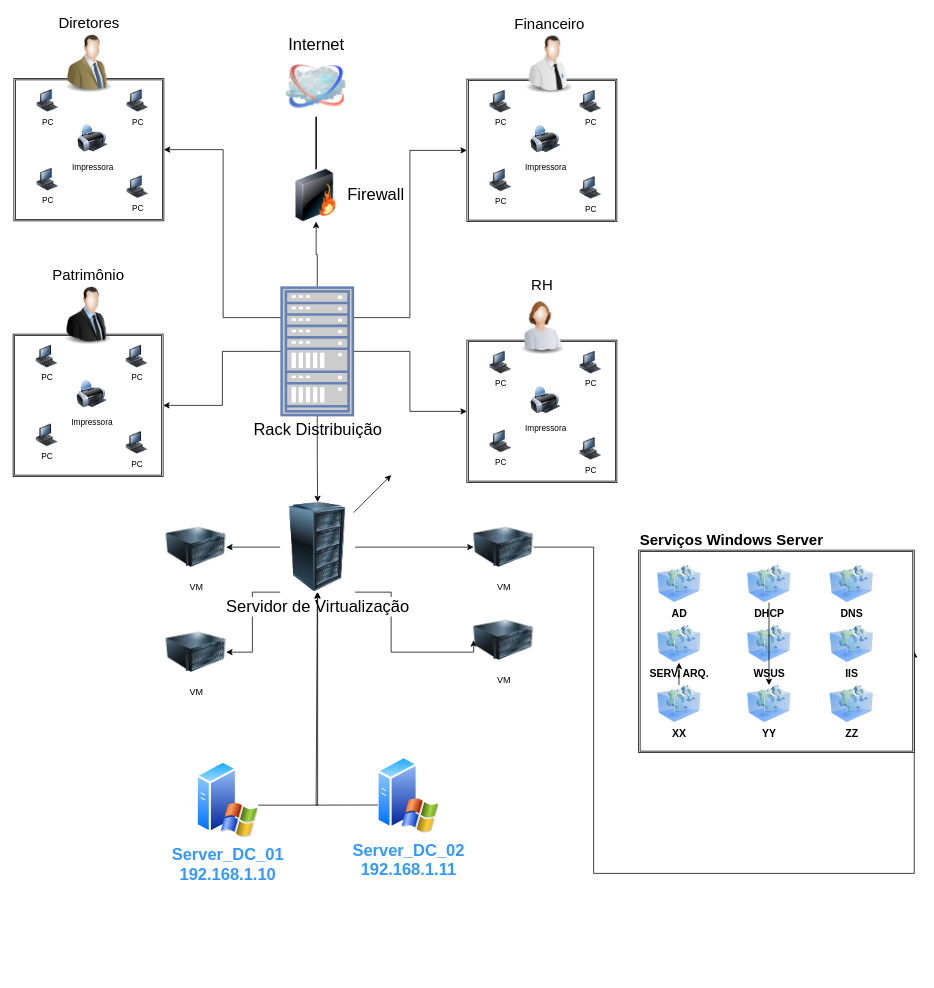
The draw.io diagram Projeto_Adm_Redes_Win.drawio in alexsilvan84/Administra-o-De-Redes-Microsoft-Windows, before the edit. Source tidied: cells renumbered, new cells numbered last; positions are measured from the earlier drawing's top-left corner, leaving out a move shared by most shapes. Both pictures are drawn from the tidied source at 75%, with x=0, y=0 at pixel (13, 33).
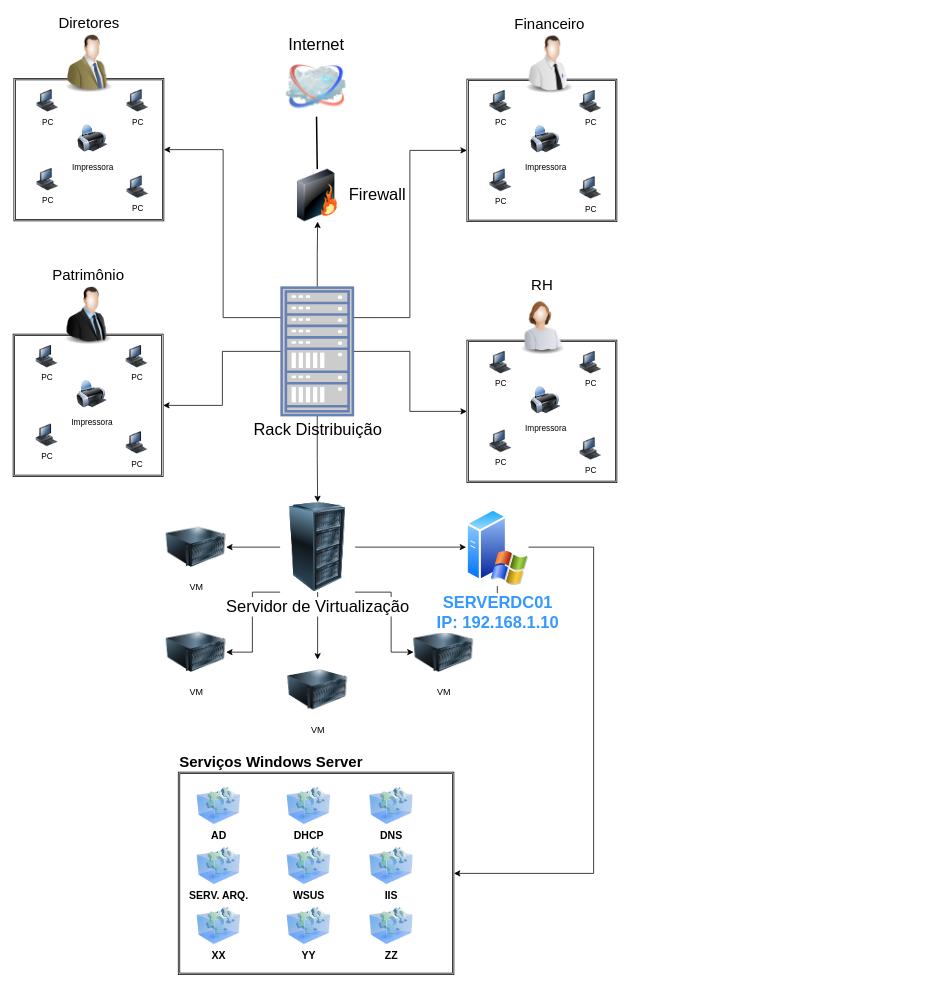
After the change.

The change refers to these unchanged cells:
```xml
<mxCell id="9" value="Servidor de Virtualização" style="image;html=1;image=img/lib/clip_art/computers/Server_Rack_128x128.png;fontSize=22;" parent="1" vertex="1">
  <mxGeometry x="356" y="625" width="100" height="120" as="geometry" />
</mxCell>
<mxCell id="14" style="shape=ext;double=1;rounded=0;whiteSpace=wrap;html=1;" parent="13" vertex="1">
  <mxGeometry width="200" height="190" as="geometry" />
</mxCell>
<mxCell id="21" style="shape=ext;double=1;rounded=0;whiteSpace=wrap;html=1;" parent="20" vertex="1">
  <mxGeometry width="200" height="190" as="geometry" />
</mxCell>
<mxCell id="28" style="shape=ext;double=1;rounded=0;whiteSpace=wrap;html=1;" parent="27" vertex="1">
  <mxGeometry width="200" height="190" as="geometry" />
</mxCell>
<mxCell id="35" style="shape=ext;double=1;rounded=0;whiteSpace=wrap;html=1;" parent="34" vertex="1">
  <mxGeometry width="200" height="190" as="geometry" />
</mxCell>
```

The edit, as a diff of the source:
```diff
@@
     <mxCell id="4" value="Firewall" style="image;html=1;labelBackgroundColor=#ffffff;image=img/lib/clip_art/networking/Firewall_128x128.png;rounded=1;shadow=0;comic=0;strokeWidth=2;fontSize=22;labelPosition=right;verticalLabelPosition=middle;align=left;verticalAlign=middle;" parent="1" vertex="1">
-      <mxGeometry x="364" y="181" width="80" height="70" as="geometry" />
+      <mxGeometry x="366" y="181" width="80" height="70" as="geometry" />
     </mxCell>
@@
+    <mxCell id="72" style="edgeStyle=orthogonalEdgeStyle;rounded=0;jettySize=auto;html=1;" parent="1" edge="1" source="9" target="47">
+      <mxGeometry relative="1" as="geometry" />
+    </mxCell>
@@
+    <mxCell id="55" value="VM" style="image;html=1;image=img/lib/clip_art/computers/Server_128x128.png;" parent="1" vertex="1">
+      <mxGeometry x="366" y="835" width="80" height="80" as="geometry" />
+    </mxCell>
     <mxCell id="10" value="VM" style="image;html=1;image=img/lib/clip_art/computers/Server_128x128.png;" parent="1" vertex="1">
-      <mxGeometry x="614" y="769" width="80" height="80" as="geometry" />
+      <mxGeometry x="534" y="785" width="80" height="80" as="geometry" />
     </mxCell>
@@
-    <mxCell id="45" style="edgeStyle=orthogonalEdgeStyle;rounded=0;jettySize=auto;html=1;entryX=1;entryY=0.5;entryDx=0;entryDy=0;exitX=1;exitY=0.5;exitDx=0;exitDy=0;" parent="1" edge="1" source="55" target="57">
-      <mxGeometry relative="1" as="geometry">
-        <Array as="points">
-          <mxPoint x="774" y="685" />
-          <mxPoint x="774" y="1120" />
-        </Array>
-      </mxGeometry>
-    </mxCell>
-    <mxCell id="46" style="edgeStyle=orthogonalEdgeStyle;rounded=0;jettySize=auto;html=1;entryX=0.5;entryY=1;entryDx=0;entryDy=0;" parent="1" edge="1" source="47" target="9">
-      <mxGeometry relative="1" as="geometry">
-        <Array as="points">
-          <mxPoint x="406" y="1029" />
-        </Array>
-      </mxGeometry>
-    </mxCell>
-    <mxCell id="47" value="&lt;font style=&quot;font-size: 22px;&quot; color=&quot;#3399ff&quot;&gt;&lt;b&gt;Server_DC_01&lt;/b&gt;&lt;/font&gt;&lt;div&gt;&lt;font style=&quot;font-size: 22px;&quot; color=&quot;#3399ff&quot;&gt;&lt;b&gt;192.168.1.10&lt;/b&gt;&lt;/font&gt;&lt;/div&gt;" style="image;perimeter=ellipsePerimeter;html=1;align=center;shadow=0;dashed=0;spacingTop=3;image=img/lib/active_directory/windows_server_2.svg;" parent="1" vertex="1">
-      <mxGeometry x="244" y="969" width="83.2" height="104" as="geometry" />
-    </mxCell>
-    <mxCell id="48" style="edgeStyle=orthogonalEdgeStyle;rounded=0;jettySize=auto;html=1;entryX=0.5;entryY=1;entryDx=0;entryDy=0;" parent="1" edge="1" source="54" target="4">
-      <mxGeometry relative="1" as="geometry" />
-    </mxCell>
-    <mxCell id="49" style="edgeStyle=orthogonalEdgeStyle;rounded=0;jettySize=auto;html=1;entryX=0.5;entryY=0;entryDx=0;entryDy=0;" parent="1" edge="1" source="54" target="9">
-      <mxGeometry relative="1" as="geometry" />
-    </mxCell>
-    <mxCell id="50" style="edgeStyle=orthogonalEdgeStyle;rounded=0;jettySize=auto;html=1;" parent="1" edge="1" source="54" target="21">
-      <mxGeometry relative="1" as="geometry" />
-    </mxCell>
-    <mxCell id="51" style="edgeStyle=orthogonalEdgeStyle;rounded=0;jettySize=auto;html=1;entryX=1;entryY=0.5;entryDx=0;entryDy=0;" parent="1" edge="1" source="54" target="14">
-      <mxGeometry relative="1" as="geometry" />
-    </mxCell>
-    <mxCell id="52" style="edgeStyle=orthogonalEdgeStyle;rounded=0;jettySize=auto;html=1;entryX=1;entryY=0.5;entryDx=0;entryDy=0;" parent="1" edge="1" source="54" target="35">
-      <mxGeometry relative="1" as="geometry">
-        <Array as="points">
-          <mxPoint x="280" y="379" />
-          <mxPoint x="280" y="155" />
-        </Array>
-      </mxGeometry>
-    </mxCell>
-    <mxCell id="53" style="edgeStyle=orthogonalEdgeStyle;rounded=0;jettySize=auto;html=1;entryX=0;entryY=0.5;entryDx=0;entryDy=0;" parent="1" edge="1" source="54" target="28">
-      <mxGeometry relative="1" as="geometry">
-        <Array as="points">
-          <mxPoint x="529" y="379" />
-          <mxPoint x="529" y="156" />
-        </Array>
-      </mxGeometry>
-    </mxCell>
-    <mxCell id="54" value="&lt;font color=&quot;#000000&quot; style=&quot;font-size: 22px;&quot;&gt;Rack Distribuição&lt;/font&gt;" style="fontColor=#0066CC;verticalAlign=top;verticalLabelPosition=bottom;labelPosition=center;align=center;html=1;outlineConnect=0;fillColor=#CCCCCC;strokeColor=#6881B3;gradientColor=none;gradientDirection=north;strokeWidth=2;shape=mxgraph.networks.rack;" parent="1" vertex="1">
-      <mxGeometry x="358" y="339" width="95" height="170" as="geometry" />
-    </mxCell>
-    <mxCell id="55" value="VM" style="image;html=1;image=img/lib/clip_art/computers/Server_128x128.png;" parent="1" vertex="1">
-      <mxGeometry x="614" y="645" width="80" height="80" as="geometry" />
-    </mxCell>
-    <mxCell id="56" style="group;" parent="1" vertex="1">
-      <mxGeometry x="834" y="689" width="367.5" height="270" as="geometry" />
-    </mxCell>
-    <mxCell id="57" value="Serviços Windows Server" style="shape=ext;double=1;rounded=0;whiteSpace=wrap;html=1;labelPosition=center;verticalLabelPosition=top;align=left;verticalAlign=bottom;fontSize=20;fontStyle=1;" parent="56" vertex="1">
-      <mxGeometry width="367.5" height="270" as="geometry" />
+    <mxCell id="57" value="Serviços Windows Server" style="shape=ext;double=1;rounded=0;whiteSpace=wrap;html=1;labelPosition=center;verticalLabelPosition=top;align=left;verticalAlign=bottom;fontSize=20;fontStyle=1;" parent="1" vertex="1">
+      <mxGeometry x="220.2" y="985" width="367.5" height="270" as="geometry" />
     </mxCell>
-    <mxCell id="58" value="AD" style="image;html=1;image=img/lib/clip_art/computers/Virtual_Application_128x128.png;fontStyle=1;fontSize=14;" parent="56" vertex="1">
-      <mxGeometry x="23.8" y="20" width="60" height="50" as="geometry" />
+    <mxCell id="58" value="AD" style="image;html=1;image=img/lib/clip_art/computers/Virtual_Application_128x128.png;fontStyle=1;fontSize=14;" parent="1" vertex="1">
+      <mxGeometry x="244" y="1005" width="60" height="50" as="geometry" />
     </mxCell>
-    <mxCell id="59" value="SERV. ARQ." style="image;html=1;image=img/lib/clip_art/computers/Virtual_Application_128x128.png;fontStyle=1;fontSize=14;" parent="56" vertex="1">
-      <mxGeometry x="23.8" y="100" width="60" height="50" as="geometry" />
+    <mxCell id="59" value="SERV. ARQ." style="image;html=1;image=img/lib/clip_art/computers/Virtual_Application_128x128.png;fontStyle=1;fontSize=14;" parent="1" vertex="1">
+      <mxGeometry x="244" y="1085" width="60" height="50" as="geometry" />
     </mxCell>
-    <mxCell id="60" value="XX" style="image;html=1;image=img/lib/clip_art/computers/Virtual_Application_128x128.png;fontStyle=1;fontSize=14;" parent="56" vertex="1">
-      <mxGeometry x="23.8" y="180" width="60" height="50" as="geometry" />
+    <mxCell id="60" value="XX" style="image;html=1;image=img/lib/clip_art/computers/Virtual_Application_128x128.png;fontStyle=1;fontSize=14;" parent="1" vertex="1">
+      <mxGeometry x="244" y="1165" width="60" height="50" as="geometry" />
     </mxCell>
-    <mxCell id="61" value="DHCP" style="image;html=1;image=img/lib/clip_art/computers/Virtual_Application_128x128.png;fontStyle=1;fontSize=14;" parent="56" vertex="1">
-      <mxGeometry x="143.8" y="20" width="60" height="50" as="geometry" />
+    <mxCell id="61" value="DHCP" style="image;html=1;image=img/lib/clip_art/computers/Virtual_Application_128x128.png;fontStyle=1;fontSize=14;" parent="1" vertex="1">
+      <mxGeometry x="364" y="1005" width="60" height="50" as="geometry" />
     </mxCell>
-    <mxCell id="62" value="WSUS" style="image;html=1;image=img/lib/clip_art/computers/Virtual_Application_128x128.png;fontStyle=1;fontSize=14;" parent="56" vertex="1">
-      <mxGeometry x="143.8" y="100" width="60" height="50" as="geometry" />
+    <mxCell id="62" value="WSUS" style="image;html=1;image=img/lib/clip_art/computers/Virtual_Application_128x128.png;fontStyle=1;fontSize=14;" parent="1" vertex="1">
+      <mxGeometry x="364" y="1085" width="60" height="50" as="geometry" />
     </mxCell>
-    <mxCell id="63" value="YY" style="image;html=1;image=img/lib/clip_art/computers/Virtual_Application_128x128.png;fontStyle=1;fontSize=14;" parent="56" vertex="1">
-      <mxGeometry x="143.8" y="180" width="60" height="50" as="geometry" />
+    <mxCell id="63" value="YY" style="image;html=1;image=img/lib/clip_art/computers/Virtual_Application_128x128.png;fontStyle=1;fontSize=14;" parent="1" vertex="1">
+      <mxGeometry x="364" y="1165" width="60" height="50" as="geometry" />
     </mxCell>
-    <mxCell id="64" value="DNS" style="image;html=1;image=img/lib/clip_art/computers/Virtual_Application_128x128.png;fontStyle=1;fontSize=14;" parent="56" vertex="1">
-      <mxGeometry x="253.8" y="20" width="60" height="50" as="geometry" />
+    <mxCell id="64" value="DNS" style="image;html=1;image=img/lib/clip_art/computers/Virtual_Application_128x128.png;fontStyle=1;fontSize=14;" parent="1" vertex="1">
+      <mxGeometry x="474" y="1005" width="60" height="50" as="geometry" />
     </mxCell>
-    <mxCell id="65" value="IIS" style="image;html=1;image=img/lib/clip_art/computers/Virtual_Application_128x128.png;fontStyle=1;fontSize=14;" parent="56" vertex="1">
-      <mxGeometry x="253.8" y="100" width="60" height="50" as="geometry" />
+    <mxCell id="65" value="IIS" style="image;html=1;image=img/lib/clip_art/computers/Virtual_Application_128x128.png;fontStyle=1;fontSize=14;" parent="1" vertex="1">
+      <mxGeometry x="474" y="1085" width="60" height="50" as="geometry" />
     </mxCell>
-    <mxCell id="66" value="ZZ" style="image;html=1;image=img/lib/clip_art/computers/Virtual_Application_128x128.png;fontStyle=1;fontSize=14;" parent="56" vertex="1">
-      <mxGeometry x="253.8" y="180" width="60" height="50" as="geometry" />
+    <mxCell id="66" value="ZZ" style="image;html=1;image=img/lib/clip_art/computers/Virtual_Application_128x128.png;fontStyle=1;fontSize=14;" parent="1" vertex="1">
+      <mxGeometry x="474" y="1165" width="60" height="50" as="geometry" />
     </mxCell>
-    <mxCell id="67" style="edgeStyle=orthogonalEdgeStyle;rounded=0;jettySize=auto;html=1;" parent="56" edge="1" source="60" target="59">
-      <mxGeometry relative="1" as="geometry" />
-    </mxCell>
-    <mxCell id="68" style="edgeStyle=orthogonalEdgeStyle;rounded=0;jettySize=auto;html=1;" parent="56" edge="1" source="61" target="63">
-      <mxGeometry relative="1" as="geometry" />
-    </mxCell>
-    <mxCell id="69" value="&lt;font style=&quot;font-size: 22px;&quot; color=&quot;#3399ff&quot;&gt;&lt;b&gt;Server_DC_02&lt;/b&gt;&lt;/font&gt;&lt;div&gt;&lt;font style=&quot;font-size: 22px;&quot; color=&quot;#3399ff&quot;&gt;&lt;b&gt;192.168.1.11&lt;/b&gt;&lt;/font&gt;&lt;/div&gt;" style="image;perimeter=ellipsePerimeter;html=1;align=center;shadow=0;dashed=0;spacingTop=3;image=img/lib/active_directory/windows_server_2.svg;" parent="1" vertex="1">
-      <mxGeometry x="485" y="963" width="83.2" height="104" as="geometry" />
-    </mxCell>
-    <mxCell id="70" style="endArrow=classic;html=1;rounded=0;" parent="1" edge="1">
-      <mxGeometry relative="1" as="geometry">
-        <mxPoint x="454" y="639" as="sourcePoint" />
-        <mxPoint x="504" y="589" as="targetPoint" />
-      </mxGeometry>
-    </mxCell>
-    <mxCell id="71" style="endArrow=classic;html=1;rounded=0;exitX=0.016;exitY=0.633;exitDx=0;exitDy=0;exitPerimeter=0;" parent="1" edge="1" source="69" target="9">
-      <mxGeometry relative="1" as="geometry">
-        <Array as="points">
-          <mxPoint x="404" y="1029" />
-        </Array>
-      </mxGeometry>
-    </mxCell>
+    <mxCell id="45" style="edgeStyle=orthogonalEdgeStyle;rounded=0;jettySize=auto;html=1;entryX=1;entryY=0.5;entryDx=0;entryDy=0;exitX=1;exitY=0.5;exitDx=0;exitDy=0;" parent="1" edge="1" source="47" target="57">
+      <mxGeometry relative="1" as="geometry">
+        <Array as="points">
+          <mxPoint x="774" y="685" />
+          <mxPoint x="774" y="1120" />
+        </Array>
+      </mxGeometry>
+    </mxCell>
+    <mxCell id="73" style="edgeStyle=orthogonalEdgeStyle;rounded=0;jettySize=auto;html=1;" parent="1" edge="1" source="47" target="10">
+      <mxGeometry relative="1" as="geometry" />
+    </mxCell>
+    <mxCell id="47" value="&lt;font style=&quot;font-size: 22px;&quot; color=&quot;#3399ff&quot;&gt;&lt;b&gt;SERVERDC01&lt;br&gt;IP: 192.168.1.10&lt;br&gt;&lt;/b&gt;&lt;/font&gt;" style="image;perimeter=ellipsePerimeter;html=1;align=center;shadow=0;dashed=0;spacingTop=3;image=img/lib/active_directory/windows_server_2.svg;" parent="1" vertex="1">
+      <mxGeometry x="604" y="633" width="83.2" height="104" as="geometry" />
+    </mxCell>
+    <mxCell id="48" style="edgeStyle=orthogonalEdgeStyle;rounded=0;jettySize=auto;html=1;entryX=0.5;entryY=1;entryDx=0;entryDy=0;" parent="1" edge="1" source="54" target="4">
+      <mxGeometry relative="1" as="geometry" />
+    </mxCell>
+    <mxCell id="49" style="edgeStyle=orthogonalEdgeStyle;rounded=0;jettySize=auto;html=1;entryX=0.5;entryY=0;entryDx=0;entryDy=0;" parent="1" edge="1" source="54" target="9">
+      <mxGeometry relative="1" as="geometry" />
+    </mxCell>
+    <mxCell id="50" style="edgeStyle=orthogonalEdgeStyle;rounded=0;jettySize=auto;html=1;" parent="1" edge="1" source="54" target="21">
+      <mxGeometry relative="1" as="geometry" />
+    </mxCell>
+    <mxCell id="51" style="edgeStyle=orthogonalEdgeStyle;rounded=0;jettySize=auto;html=1;entryX=1;entryY=0.5;entryDx=0;entryDy=0;" parent="1" edge="1" source="54" target="14">
+      <mxGeometry relative="1" as="geometry" />
+    </mxCell>
+    <mxCell id="52" style="edgeStyle=orthogonalEdgeStyle;rounded=0;jettySize=auto;html=1;entryX=1;entryY=0.5;entryDx=0;entryDy=0;" parent="1" edge="1" source="54" target="35">
+      <mxGeometry relative="1" as="geometry">
+        <Array as="points">
+          <mxPoint x="280" y="379" />
+          <mxPoint x="280" y="155" />
+        </Array>
+      </mxGeometry>
+    </mxCell>
+    <mxCell id="53" style="edgeStyle=orthogonalEdgeStyle;rounded=0;jettySize=auto;html=1;entryX=0;entryY=0.5;entryDx=0;entryDy=0;" parent="1" edge="1" source="54" target="28">
+      <mxGeometry relative="1" as="geometry">
+        <Array as="points">
+          <mxPoint x="529" y="379" />
+          <mxPoint x="529" y="156" />
+        </Array>
+      </mxGeometry>
+    </mxCell>
+    <mxCell id="54" value="&lt;font color=&quot;#000000&quot; style=&quot;font-size: 22px;&quot;&gt;Rack Distribuição&lt;/font&gt;" style="fontColor=#0066CC;verticalAlign=top;verticalLabelPosition=bottom;labelPosition=center;align=center;html=1;outlineConnect=0;fillColor=#CCCCCC;strokeColor=#6881B3;gradientColor=none;gradientDirection=north;strokeWidth=2;shape=mxgraph.networks.rack;" parent="1" vertex="1">
+      <mxGeometry x="358" y="339" width="95" height="170" as="geometry" />
+    </mxCell>
```
